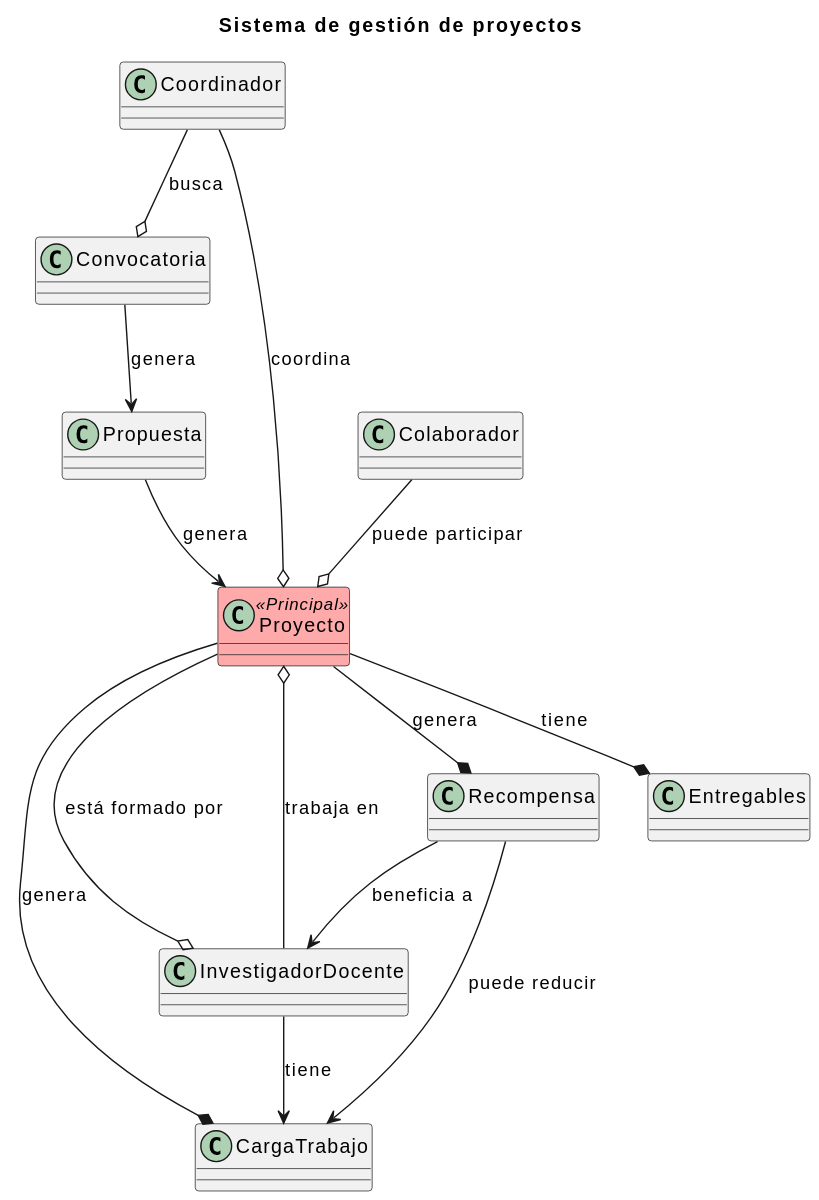
The PlantUML diagram documentación/ModeloDelDominio/Imagenes/Clases/ClasesProyecto.svg in 31Diego/25-26-IdSw1-SdR, before a commit.
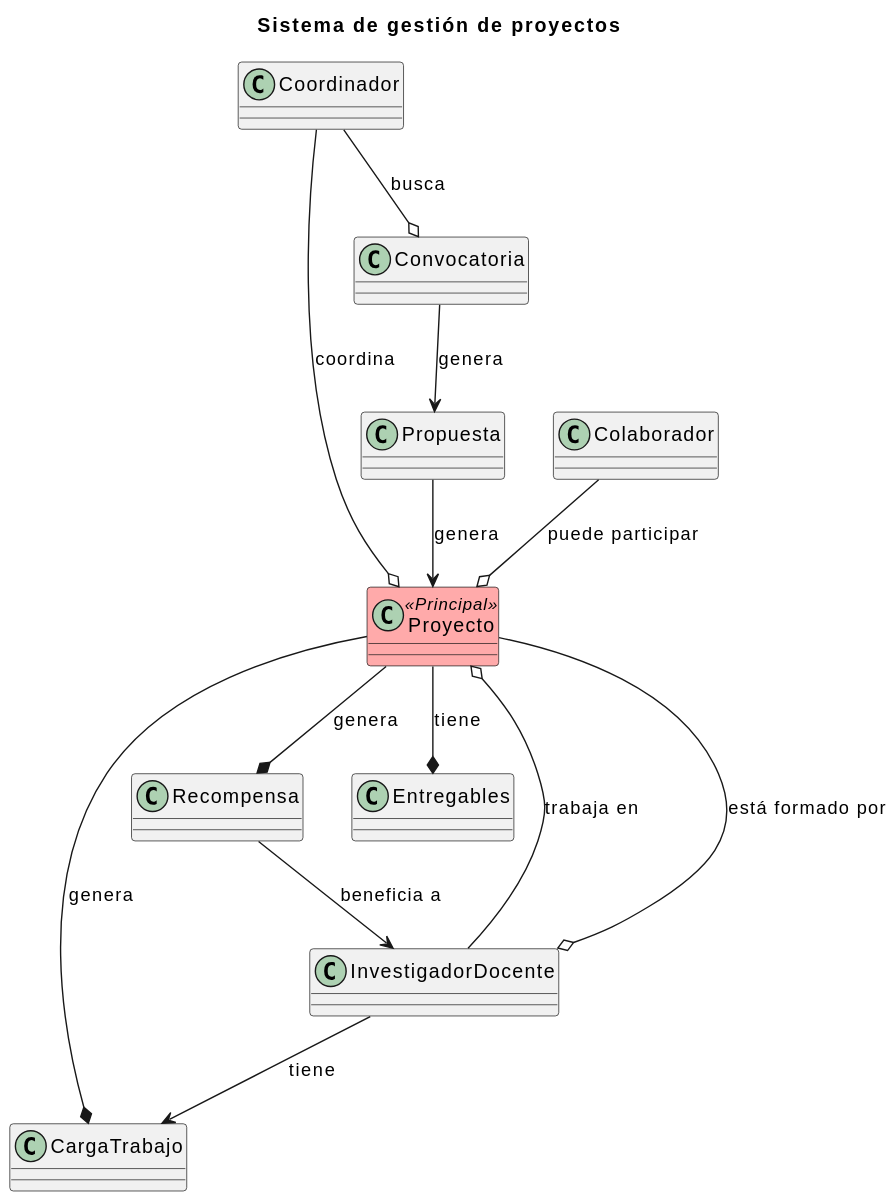
The same diagram one commit later.

Commit message:
ajuste de relación entre entidades del diagrama de clases de la gestion de proyectos + creacion de diagrama de objetos que implementa la gestion de proyectos

What changed in the source:
```diff
@@ -69,5 +69,4 @@
 InvestigadorDocente --o Proyecto: trabaja en
 
 Recompensa --> InvestigadorDocente: beneficia a
-Recompensa --> CargaTrabajo: puede reducir
 @enduml
```
